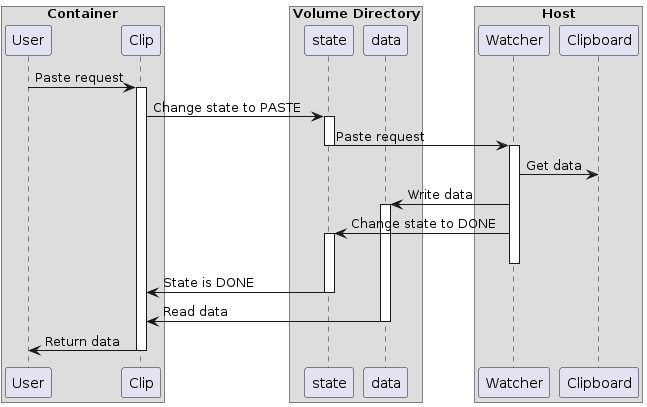
edKotinsky/clipdis keeps this PlantUML diagram as resources/paste.png. Above is the earlier version.
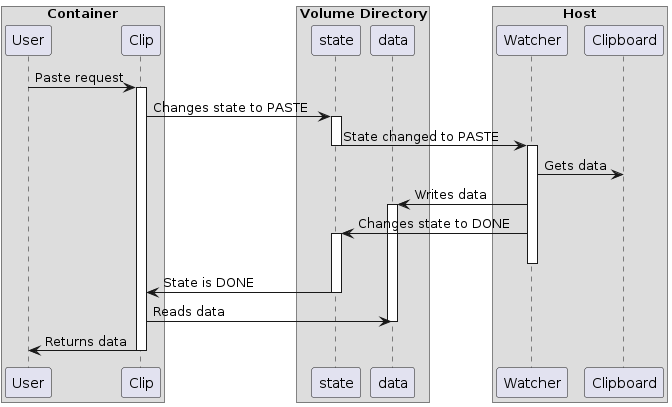
Later version of the same file.

Commit message:
Change arrows direction and comments

The edit, as a diff of the source:
```diff
@@ -17,24 +17,24 @@
 
 User -> Clip: Paste request
 activate Clip
-Clip -> state: Change state to PASTE
+Clip -> state: Changes state to PASTE
 activate state
 
-state -> Watcher: Paste request
+state -> Watcher: State changed to PASTE
 deactivate state
 activate Watcher
-Watcher -> Clipboard: Get data
-data <- Watcher: Write data
+Watcher -> Clipboard: Gets data
+data <- Watcher: Writes data
 activate data
-state <- Watcher: Change state to DONE
+state <- Watcher: Changes state to DONE
 activate state
 deactivate Watcher
 
 Clip <- state: State is DONE
 deactivate state
-Clip <- data: Read data
+Clip -> data: Reads data
 deactivate data
-User <- Clip: Return data
+User <- Clip: Returns data
 deactivate Clip
 
 @enduml
```
